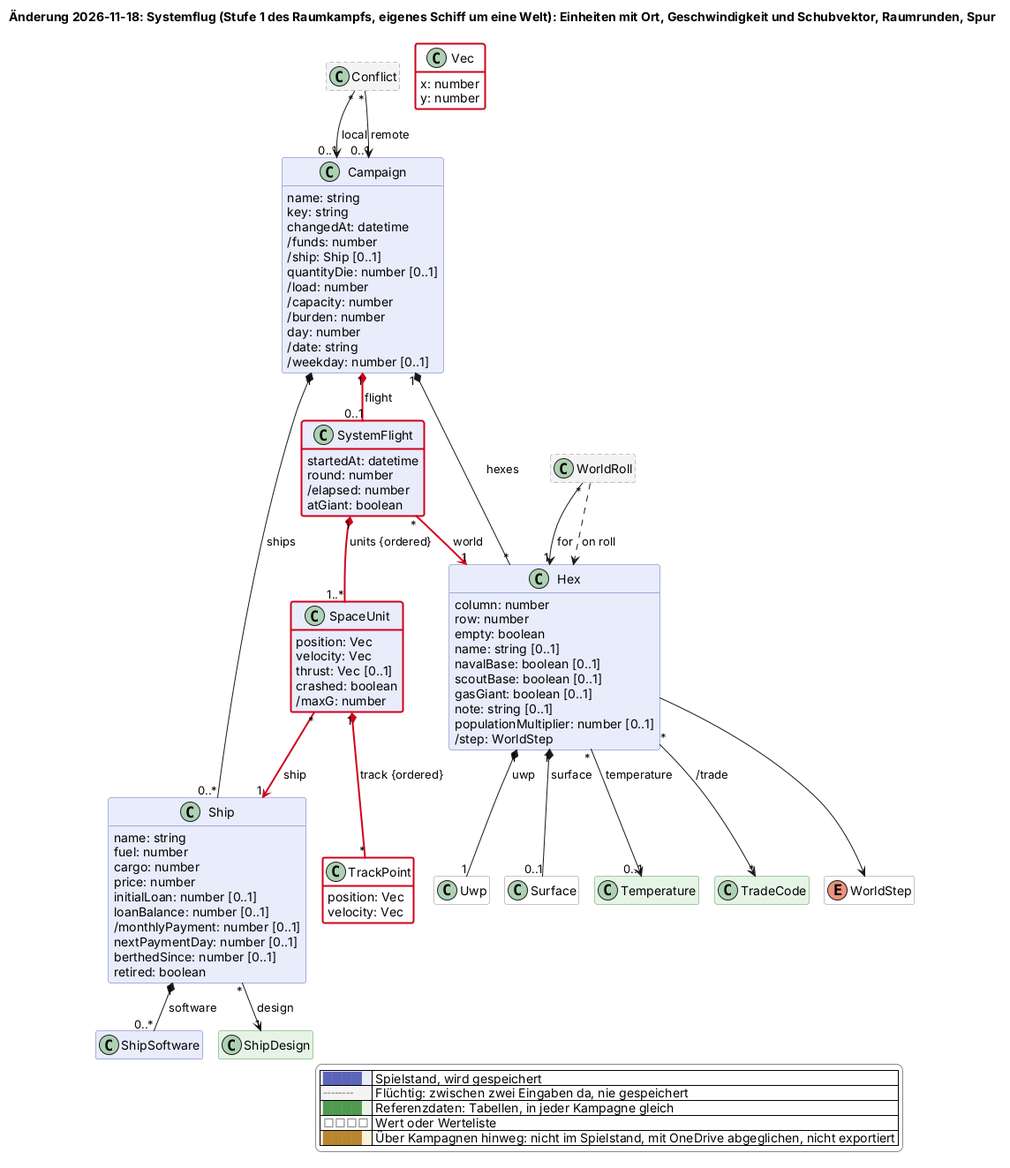
scuzzar/SRE keeps this PlantUML diagram as docs/changes/2026-11-18-systemflug.png. Above is the earlier version.
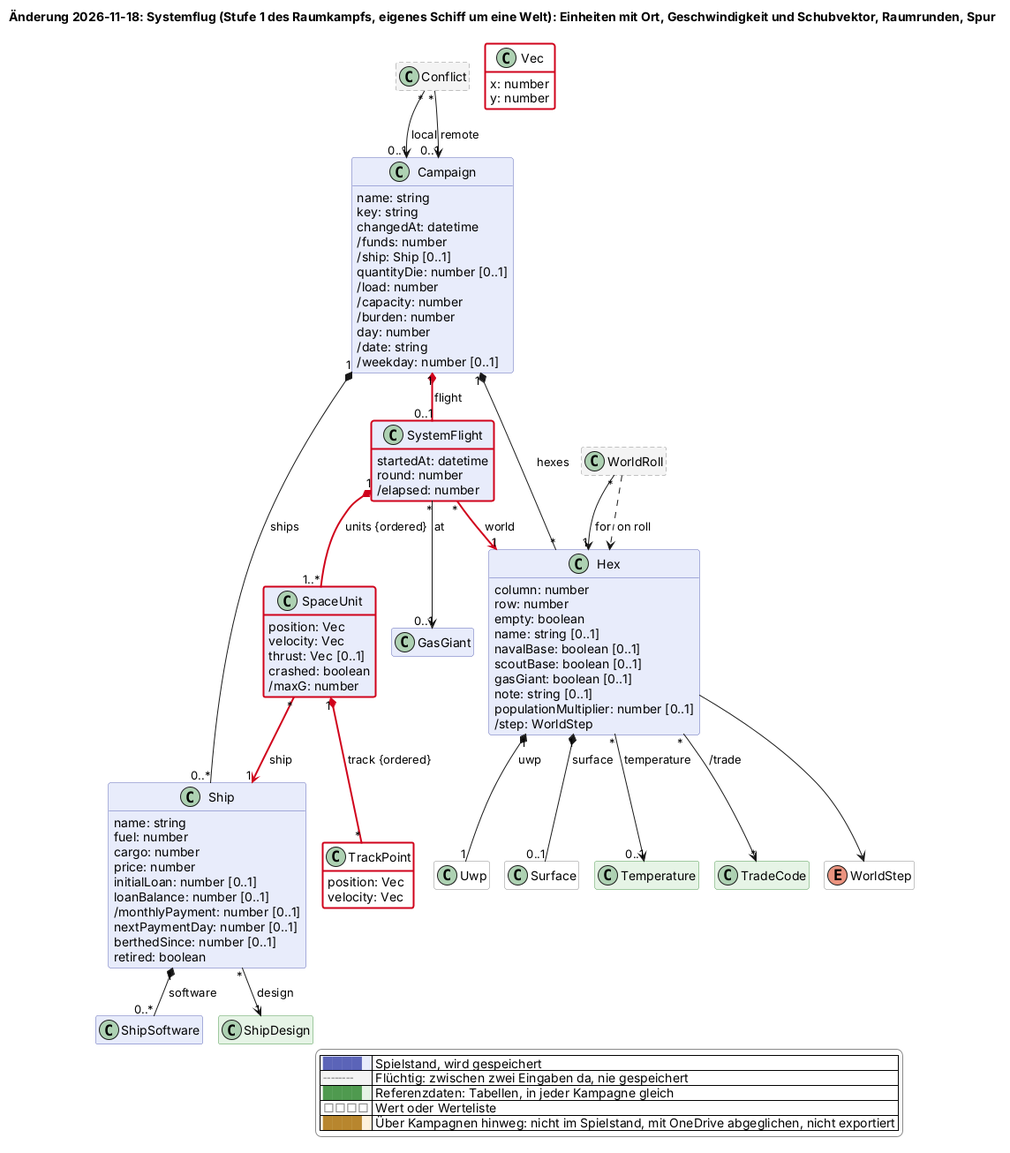
After the change.

Change to the diagram source:
```diff
@@ -104,8 +104,8 @@
     startedAt: datetime
     round: number
     /elapsed: number
-    $new("2026-11-18b", "atGiant: boolean")
   }
+  class GasGiant $raum $newClass("2026-11-18b")
   class SpaceUnit $raum $newClass("2026-11-18") {
     position: Vec
     velocity: Vec
@@ -159,6 +159,7 @@
 SystemFlight "1" *-$newArrow("2026-11-18")- "1..*" SpaceUnit : units {ordered}
 SpaceUnit "*" -$newArrow("2026-11-18")-> "1" Ship : ship
 SpaceUnit "1" *-$newArrow("2026-11-18")- "*" TrackPoint : track {ordered}
+SystemFlight "*" -$newArrow("2026-11-18b")-> "0..1" GasGiant : at
 
 
 
```
